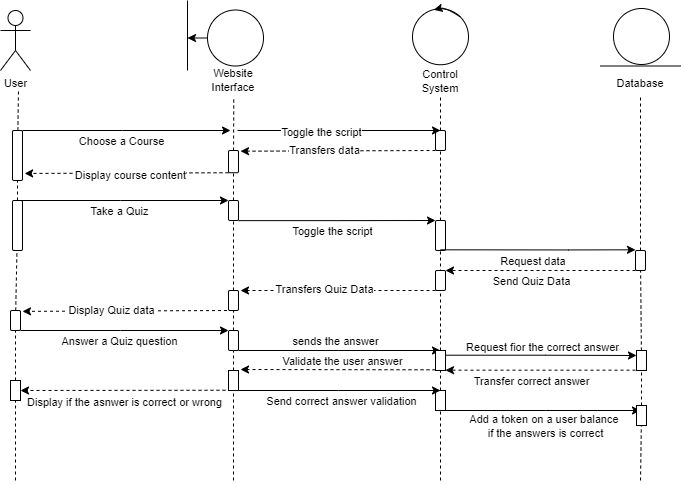
Above: Images/Diagrams/Lazatech Educate Sequence Diagram.png in GEA960/Lazatech-Educate (draw.io), before the change. Source tidied: cells renumbered, new cells last; positions are measured from the earlier drawing's top-left corner, leaving out a move shared by most shapes.
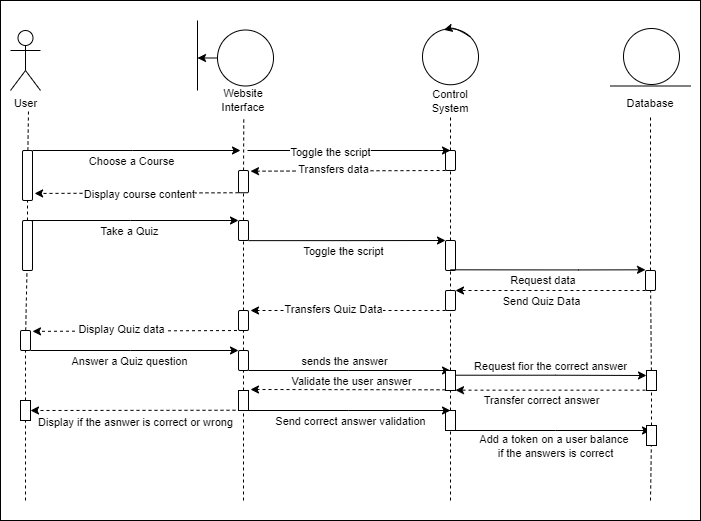
After the commit.

What changed in the source:
```diff
@@ -2,6 +2,9 @@
   <root>
     <mxCell id="0" />
     <mxCell id="1" parent="0" />
+    <mxCell id="92" style="rounded=0;whiteSpace=wrap;html=1;" parent="1" vertex="1">
+      <mxGeometry x="-10" y="-20" width="700" height="520" as="geometry" />
+    </mxCell>
     <mxCell id="2" value="User" style="shape=umlActor;verticalLabelPosition=bottom;verticalAlign=top;html=1;fontSize=11;" parent="1" vertex="1">
       <mxGeometry y="10" width="30" height="60" as="geometry" />
     </mxCell>
```
